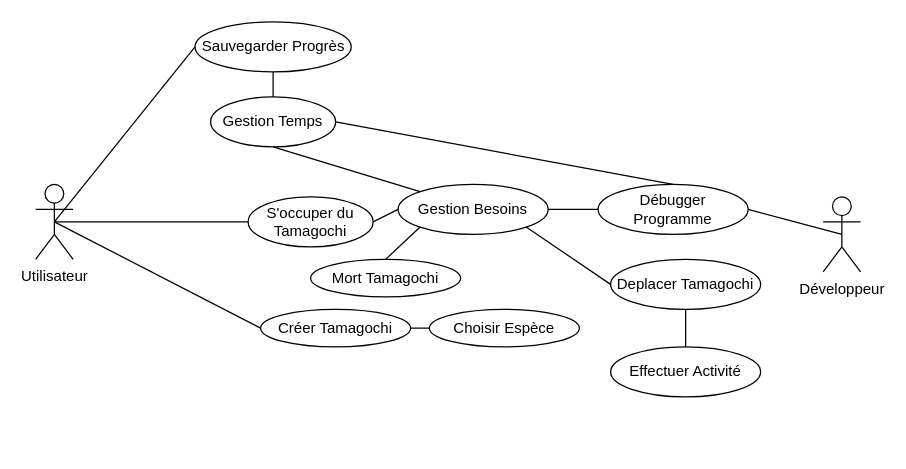
Above: cas_utilisations.drawio in TheoGicquel/EggFriend (draw.io), before the change. Source tidied: cells renumbered, new cells numbered last; positions are measured from the earlier drawing's top-left corner, leaving out a move shared by most shapes. Both pictures are drawn from the tidied source at 125%, with x=0, y=0 at pixel (35, 21).
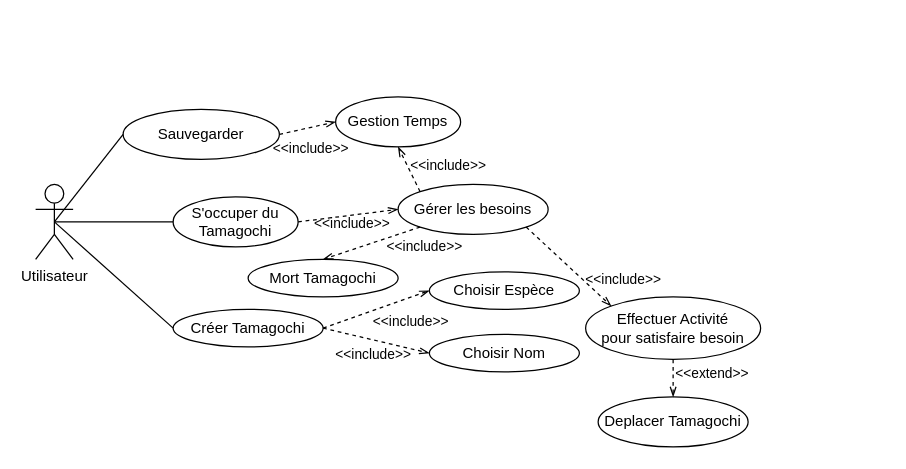
The same page after the edit.

Change to the diagram source:
```diff
@@
     <mxCell id="3" value="S'occuper du Tamagochi" style="ellipse;whiteSpace=wrap;html=1;" parent="1" vertex="1">
-      <mxGeometry x="170" y="140" width="100" height="40" as="geometry" />
+      <mxGeometry x="110" y="140" width="100" height="40" as="geometry" />
     </mxCell>
     <mxCell id="4" value="Mort Tamagochi" style="ellipse;whiteSpace=wrap;html=1;" parent="1" vertex="1">
-      <mxGeometry x="220" y="190" width="120" height="30" as="geometry" />
+      <mxGeometry x="170" y="190" width="120" height="30" as="geometry" />
     </mxCell>
-    <mxCell id="5" value="Sauvegarder Progrès" style="ellipse;whiteSpace=wrap;html=1;" parent="1" vertex="1">
-      <mxGeometry x="127.5" width="125" height="40" as="geometry" />
+    <mxCell id="5" value="Sauvegarder" style="ellipse;whiteSpace=wrap;html=1;" parent="1" vertex="1">
+      <mxGeometry x="70" y="70" width="125" height="40" as="geometry" />
     </mxCell>
     <mxCell id="6" value="Créer Tamagochi" style="ellipse;whiteSpace=wrap;html=1;" parent="1" vertex="1">
-      <mxGeometry x="180" y="230" width="120" height="30" as="geometry" />
+      <mxGeometry x="110" y="230" width="120" height="30" as="geometry" />
     </mxCell>
     <mxCell id="7" value="Choisir Espèce" style="ellipse;whiteSpace=wrap;html=1;" parent="1" vertex="1">
-      <mxGeometry x="315" y="230" width="120" height="30" as="geometry" />
+      <mxGeometry x="315" y="200" width="120" height="30" as="geometry" />
     </mxCell>
-    <mxCell id="8" value="Débugger Programme" style="ellipse;whiteSpace=wrap;html=1;" parent="1" vertex="1">
-      <mxGeometry x="450" y="130" width="120" height="40" as="geometry" />
-    </mxCell>
-    <mxCell id="9" value="Développeur" style="shape=umlActor;verticalLabelPosition=bottom;verticalAlign=top;html=1;outlineConnect=0;" parent="1" vertex="1">
-      <mxGeometry x="630" y="140" width="30" height="60" as="geometry" />
-    </mxCell>
     <mxCell id="10" value="Gestion Temps" style="ellipse;whiteSpace=wrap;html=1;" parent="1" vertex="1">
-      <mxGeometry x="140" y="60" width="100" height="40" as="geometry" />
+      <mxGeometry x="240" y="60" width="100" height="40" as="geometry" />
     </mxCell>
@@
-    <mxCell id="12" style="endArrow=none;html=1;exitX=1;exitY=0.5;exitDx=0;exitDy=0;entryX=0;entryY=0.5;entryDx=0;entryDy=0;" parent="1" edge="1" source="3" target="13">
+    <mxCell id="12" style="endArrow=openThin;html=1;exitX=1;exitY=0.5;exitDx=0;exitDy=0;entryX=0;entryY=0.5;entryDx=0;entryDy=0;dashed=1;endFill=0;" parent="1" edge="1" source="3" target="13">
       <mxGeometry relative="1" as="geometry" />
     </mxCell>
+    <mxCell id="27" value="&amp;lt;&amp;lt;include&amp;gt;&amp;gt;" style="edgeLabel;html=1;align=center;verticalAlign=middle;labelBackgroundColor=none;" parent="12" vertex="1">
+      <mxGeometry x="0.13" y="-2" relative="1" as="geometry">
+        <mxPoint x="-3" y="4" as="offset" />
+      </mxGeometry>
+    </mxCell>
-    <mxCell id="13" value="Gestion Besoins" style="ellipse;whiteSpace=wrap;html=1;" parent="1" vertex="1">
+    <mxCell id="13" value="Gérer les besoins" style="ellipse;whiteSpace=wrap;html=1;" parent="1" vertex="1">
       <mxGeometry x="290" y="130" width="120" height="40" as="geometry" />
     </mxCell>
-    <mxCell id="14" style="endArrow=none;html=1;exitX=0.5;exitY=0;exitDx=0;exitDy=0;entryX=0;entryY=1;entryDx=0;entryDy=0;" parent="1" edge="1" source="4" target="13">
-      <mxGeometry relative="1" as="geometry" />
-    </mxCell>
@@
-    <mxCell id="16" style="endArrow=none;html=1;exitX=0;exitY=0.5;exitDx=0;exitDy=0;entryX=1;entryY=0.5;entryDx=0;entryDy=0;" parent="1" edge="1" source="7" target="6">
-      <mxGeometry relative="1" as="geometry" />
-    </mxCell>
-    <mxCell id="17" style="endArrow=none;html=1;entryX=0.5;entryY=1;entryDx=0;entryDy=0;exitX=0;exitY=0;exitDx=0;exitDy=0;" parent="1" edge="1" source="13" target="10">
-      <mxGeometry relative="1" as="geometry" />
-    </mxCell>
-    <mxCell id="18" style="endArrow=none;html=1;entryX=0.5;entryY=1;entryDx=0;entryDy=0;exitX=0.5;exitY=0;exitDx=0;exitDy=0;" parent="1" edge="1" source="10" target="5">
-      <mxGeometry relative="1" as="geometry" />
-    </mxCell>
-    <mxCell id="19" style="endArrow=none;html=1;entryX=0.5;entryY=0.5;entryDx=0;entryDy=0;entryPerimeter=0;exitX=1;exitY=0.5;exitDx=0;exitDy=0;" parent="1" edge="1" source="8" target="9">
-      <mxGeometry relative="1" as="geometry" />
-    </mxCell>
@@
-    <mxCell id="21" style="endArrow=none;html=1;exitX=1;exitY=0.5;exitDx=0;exitDy=0;entryX=0;entryY=0.5;entryDx=0;entryDy=0;" parent="1" edge="1" source="13" target="8">
-      <mxGeometry relative="1" as="geometry" />
-    </mxCell>
-    <mxCell id="22" style="endArrow=none;html=1;exitX=1;exitY=0.5;exitDx=0;exitDy=0;entryX=0.5;entryY=0;entryDx=0;entryDy=0;" parent="1" edge="1" source="10" target="8">
-      <mxGeometry relative="1" as="geometry" />
-    </mxCell>
-    <mxCell id="23" style="endArrow=none;html=1;entryX=1;entryY=1;entryDx=0;entryDy=0;exitX=0;exitY=0.5;exitDx=0;exitDy=0;" parent="1" edge="1" source="24" target="13">
-      <mxGeometry relative="1" as="geometry" />
-    </mxCell>
     <mxCell id="24" value="Deplacer Tamagochi" style="ellipse;whiteSpace=wrap;html=1;" parent="1" vertex="1">
-      <mxGeometry x="460" y="190" width="120" height="40" as="geometry" />
+      <mxGeometry x="450" y="300" width="120" height="40" as="geometry" />
     </mxCell>
-    <mxCell id="25" value="Effectuer Activité" style="ellipse;whiteSpace=wrap;html=1;" parent="1" vertex="1">
-      <mxGeometry x="460" y="260" width="120" height="40" as="geometry" />
+    <mxCell id="25" value="Effectuer Activité&lt;br&gt;pour satisfaire besoin" style="ellipse;whiteSpace=wrap;html=1;" parent="1" vertex="1">
+      <mxGeometry x="440" y="220" width="140" height="50" as="geometry" />
     </mxCell>
-    <mxCell id="26" style="endArrow=none;html=1;entryX=0.5;entryY=0;entryDx=0;entryDy=0;exitX=0.5;exitY=1;exitDx=0;exitDy=0;" parent="1" edge="1" source="24" target="25">
-      <mxGeometry relative="1" as="geometry" />
-    </mxCell>
+    <mxCell id="28" style="endArrow=openThin;html=1;exitX=1;exitY=1;exitDx=0;exitDy=0;entryX=0;entryY=0;entryDx=0;entryDy=0;dashed=1;endFill=0;" parent="1" edge="1" source="13" target="25">
+      <mxGeometry relative="1" as="geometry" />
+    </mxCell>
+    <mxCell id="29" value="&amp;lt;&amp;lt;include&amp;gt;&amp;gt;" style="edgeLabel;html=1;align=center;verticalAlign=middle;labelBackgroundColor=none;" parent="28" vertex="1">
+      <mxGeometry x="0.13" y="-2" relative="1" as="geometry">
+        <mxPoint x="40" y="5" as="offset" />
+      </mxGeometry>
+    </mxCell>
+    <mxCell id="30" style="endArrow=openThin;html=1;entryX=0.5;entryY=0;entryDx=0;entryDy=0;dashed=1;endFill=0;exitX=0.5;exitY=1;exitDx=0;exitDy=0;" parent="1" edge="1" source="25" target="24">
+      <mxGeometry relative="1" as="geometry" />
+    </mxCell>
+    <mxCell id="31" value="&amp;lt;&amp;lt;extend&amp;gt;&amp;gt;" style="edgeLabel;html=1;align=center;verticalAlign=middle;labelBackgroundColor=none;" parent="30" vertex="1">
+      <mxGeometry x="0.13" y="-2" relative="1" as="geometry">
+        <mxPoint x="32" y="-7" as="offset" />
+      </mxGeometry>
+    </mxCell>
+    <mxCell id="32" style="endArrow=openThin;html=1;exitX=1;exitY=0.5;exitDx=0;exitDy=0;entryX=0;entryY=0.5;entryDx=0;entryDy=0;dashed=1;endFill=0;" parent="1" edge="1" source="6" target="7">
+      <mxGeometry relative="1" as="geometry" />
+    </mxCell>
+    <mxCell id="33" value="&amp;lt;&amp;lt;include&amp;gt;&amp;gt;" style="edgeLabel;html=1;align=center;verticalAlign=middle;labelBackgroundColor=none;" parent="32" vertex="1">
+      <mxGeometry x="0.13" y="-2" relative="1" as="geometry">
+        <mxPoint x="21" y="10" as="offset" />
+      </mxGeometry>
+    </mxCell>
+    <mxCell id="34" value="Choisir Nom" style="ellipse;whiteSpace=wrap;html=1;" parent="1" vertex="1">
+      <mxGeometry x="315" y="250" width="120" height="30" as="geometry" />
+    </mxCell>
+    <mxCell id="35" style="endArrow=openThin;html=1;exitX=1;exitY=0.5;exitDx=0;exitDy=0;entryX=0;entryY=0.5;entryDx=0;entryDy=0;dashed=1;endFill=0;" parent="1" edge="1" source="6" target="34">
+      <mxGeometry relative="1" as="geometry" />
+    </mxCell>
+    <mxCell id="36" value="&amp;lt;&amp;lt;include&amp;gt;&amp;gt;" style="edgeLabel;html=1;align=center;verticalAlign=middle;labelBackgroundColor=none;" parent="35" vertex="1">
+      <mxGeometry x="0.13" y="-2" relative="1" as="geometry">
+        <mxPoint x="-8" y="7" as="offset" />
+      </mxGeometry>
+    </mxCell>
+    <mxCell id="17" style="endArrow=openThin;html=1;exitX=0;exitY=0;exitDx=0;exitDy=0;entryX=0.5;entryY=1;entryDx=0;entryDy=0;dashed=1;endFill=0;" parent="1" edge="1" source="13" target="10">
+      <mxGeometry relative="1" as="geometry" />
+    </mxCell>
+    <mxCell id="37" value="&amp;lt;&amp;lt;include&amp;gt;&amp;gt;" style="edgeLabel;html=1;align=center;verticalAlign=middle;labelBackgroundColor=none;" parent="17" vertex="1">
+      <mxGeometry x="0.13" y="-2" relative="1" as="geometry">
+        <mxPoint x="30" as="offset" />
+      </mxGeometry>
+    </mxCell>
+    <mxCell id="38" style="endArrow=openThin;html=1;exitX=0;exitY=1;exitDx=0;exitDy=0;entryX=0.5;entryY=0;entryDx=0;entryDy=0;dashed=1;endFill=0;" parent="1" edge="1" source="13" target="4">
+      <mxGeometry relative="1" as="geometry" />
+    </mxCell>
+    <mxCell id="39" value="&amp;lt;&amp;lt;include&amp;gt;&amp;gt;" style="edgeLabel;html=1;align=center;verticalAlign=middle;labelBackgroundColor=none;" parent="38" vertex="1">
+      <mxGeometry x="0.13" y="-2" relative="1" as="geometry">
+        <mxPoint x="47" y="3" as="offset" />
+      </mxGeometry>
+    </mxCell>
+    <mxCell id="40" style="endArrow=openThin;html=1;exitX=1;exitY=0.5;exitDx=0;exitDy=0;entryX=0;entryY=0.5;entryDx=0;entryDy=0;dashed=1;endFill=0;" parent="1" edge="1" source="5" target="10">
+      <mxGeometry relative="1" as="geometry" />
+    </mxCell>
+    <mxCell id="41" value="&amp;lt;&amp;lt;include&amp;gt;&amp;gt;" style="edgeLabel;html=1;align=center;verticalAlign=middle;labelBackgroundColor=none;" parent="40" vertex="1">
+      <mxGeometry x="0.13" y="-2" relative="1" as="geometry">
+        <mxPoint x="-1" y="14" as="offset" />
+      </mxGeometry>
+    </mxCell>
```
